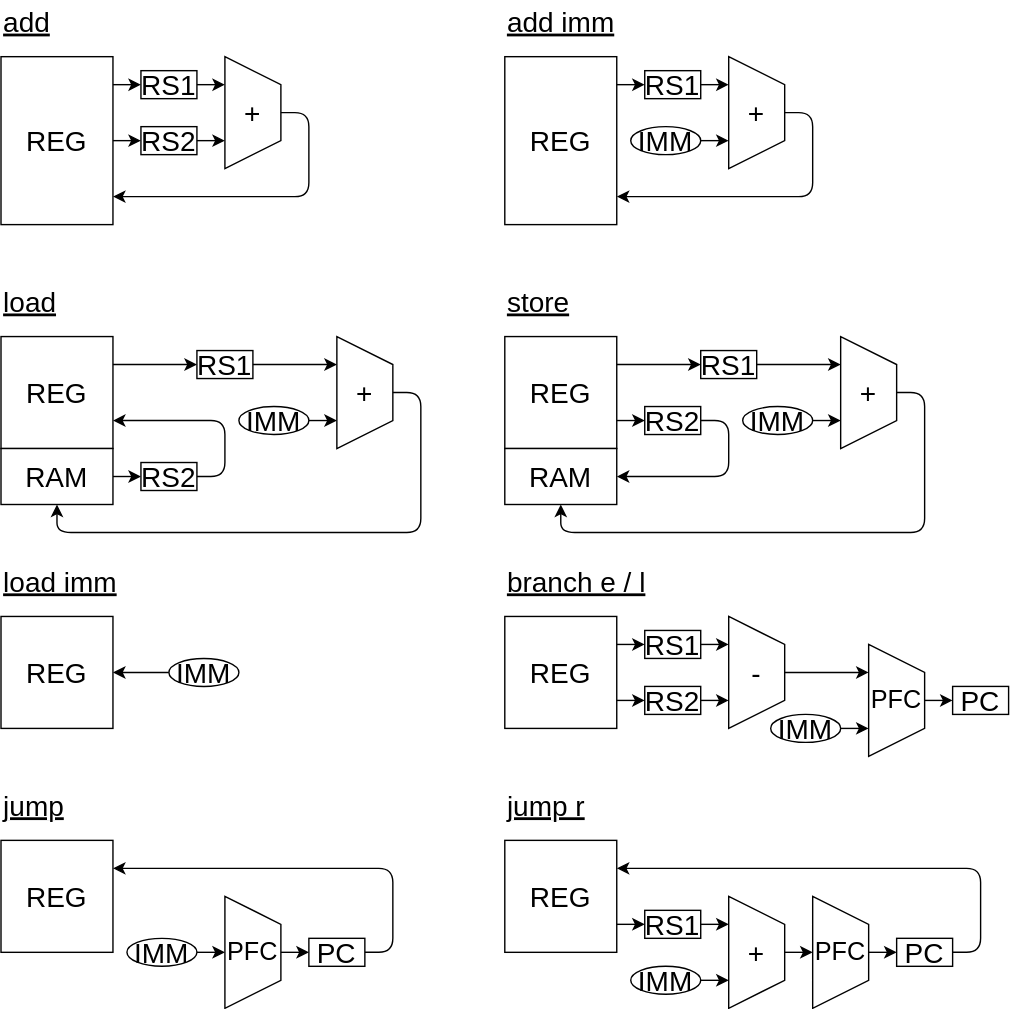
Before: Lab/Computer/Micon/01_CPU/img/decode.dio.svg, a diagram exported from draw.io (amane-uehara/kanade-k-1228.github.io). Source tidied: cells renumbered, new cells last; positions are measured from the earlier drawing's top-left corner, leaving out a move shared by most shapes.
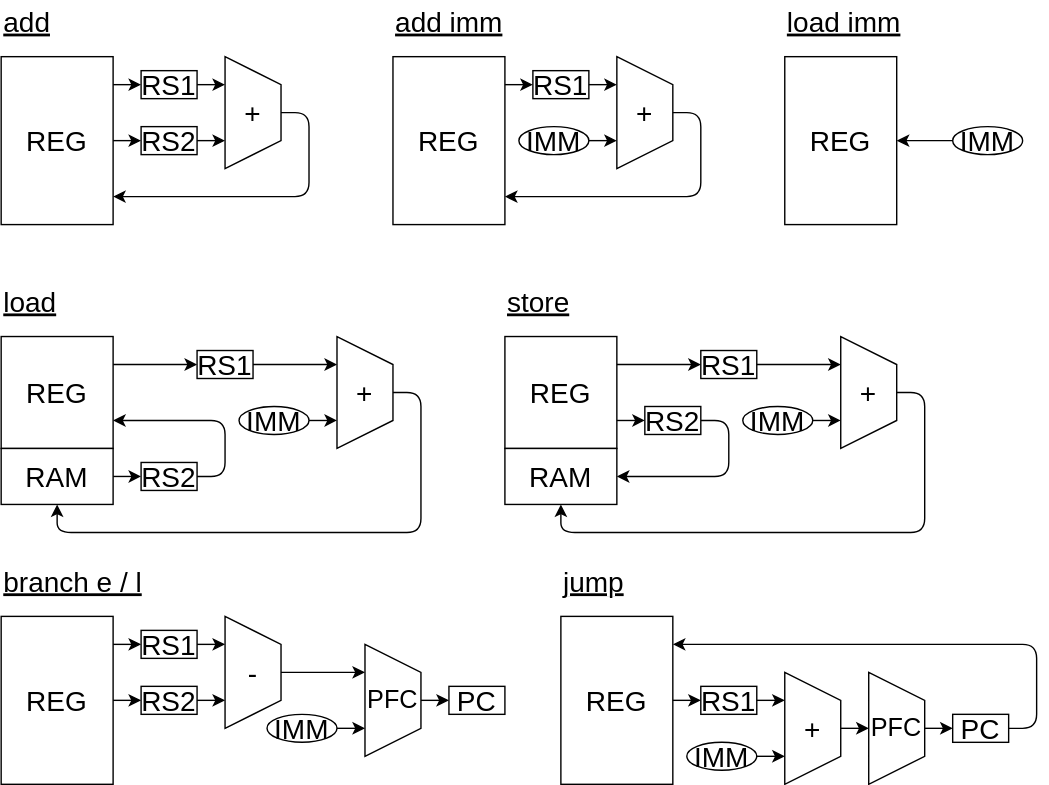
After the commit.

What changed in the source:
```diff
@@ -22,10 +22,10 @@
       </mxGeometry>
     </mxCell>
     <mxCell id="6" value="add imm" style="text;html=1;strokeColor=none;fillColor=none;align=left;verticalAlign=middle;whiteSpace=wrap;rounded=0;fontSize=20;fontStyle=4;" parent="1" vertex="1">
-      <mxGeometry x="360" width="80" height="30" as="geometry" />
+      <mxGeometry x="280" width="80" height="30" as="geometry" />
     </mxCell>
     <mxCell id="7" value="REG" style="rounded=0;whiteSpace=wrap;html=1;fontSize=20;" parent="1" vertex="1">
-      <mxGeometry x="360" y="40" width="80" height="120" as="geometry" />
+      <mxGeometry x="280" y="40" width="80" height="120" as="geometry" />
     </mxCell>
     <mxCell id="8" value="load" style="text;html=1;strokeColor=none;fillColor=none;align=left;verticalAlign=middle;whiteSpace=wrap;rounded=0;fontSize=20;fontStyle=4;" parent="1" vertex="1">
       <mxGeometry y="200" width="80" height="30" as="geometry" />
@@ -56,148 +56,114 @@
       <mxGeometry x="360" y="200" width="80" height="30" as="geometry" />
     </mxCell>
     <mxCell id="14" value="load imm" style="text;html=1;strokeColor=none;fillColor=none;align=left;verticalAlign=middle;whiteSpace=wrap;rounded=0;fontSize=20;fontStyle=4;" parent="1" vertex="1">
-      <mxGeometry y="400" width="100" height="30" as="geometry" />
+      <mxGeometry x="560" width="100" height="30" as="geometry" />
     </mxCell>
     <mxCell id="15" value="REG" style="rounded=0;whiteSpace=wrap;html=1;fontSize=20;" parent="1" vertex="1">
-      <mxGeometry y="440" width="80" height="80" as="geometry" />
+      <mxGeometry x="560" y="40" width="80" height="120" as="geometry" />
     </mxCell>
     <mxCell id="16" style="endArrow=classic;html=1;fontSize=20;" parent="1" edge="1">
       <mxGeometry relative="1" as="geometry">
-        <mxPoint x="120" y="480" as="sourcePoint" />
-        <mxPoint x="80" y="480" as="targetPoint" />
+        <mxPoint x="680" y="100" as="sourcePoint" />
+        <mxPoint x="640" y="100" as="targetPoint" />
       </mxGeometry>
     </mxCell>
     <mxCell id="17" value="branch e / l" style="text;html=1;strokeColor=none;fillColor=none;align=left;verticalAlign=middle;whiteSpace=wrap;rounded=0;fontSize=20;fontStyle=4;" parent="1" vertex="1">
-      <mxGeometry x="360" y="400" width="120" height="30" as="geometry" />
+      <mxGeometry y="400" width="120" height="30" as="geometry" />
     </mxCell>
     <mxCell id="18" value="REG" style="rounded=0;whiteSpace=wrap;html=1;fontSize=20;" parent="1" vertex="1">
-      <mxGeometry x="360" y="440" width="80" height="80" as="geometry" />
+      <mxGeometry y="440" width="80" height="120" as="geometry" />
     </mxCell>
     <mxCell id="19" value="RS1" style="rounded=0;whiteSpace=wrap;html=1;fontSize=20;" parent="1" vertex="1">
-      <mxGeometry x="460" y="450" width="40" height="20" as="geometry" />
+      <mxGeometry x="100" y="450" width="40" height="20" as="geometry" />
     </mxCell>
     <mxCell id="20" style="endArrow=classic;html=1;fontSize=20;" parent="1" edge="1">
       <mxGeometry relative="1" as="geometry">
-        <mxPoint x="440" y="460" as="sourcePoint" />
-        <mxPoint x="460" y="460" as="targetPoint" />
+        <mxPoint x="80" y="460" as="sourcePoint" />
+        <mxPoint x="100" y="460" as="targetPoint" />
       </mxGeometry>
     </mxCell>
     <mxCell id="21" value="-" style="shape=trapezoid;perimeter=trapezoidPerimeter;whiteSpace=wrap;html=1;fixedSize=1;fontSize=20;direction=south;" parent="1" vertex="1">
-      <mxGeometry x="520" y="440" width="40" height="80" as="geometry" />
+      <mxGeometry x="160" y="440" width="40" height="80" as="geometry" />
     </mxCell>
     <mxCell id="22" style="endArrow=classic;html=1;fontSize=20;" parent="1" edge="1">
       <mxGeometry relative="1" as="geometry">
-        <mxPoint x="440" y="500" as="sourcePoint" />
-        <mxPoint x="460" y="500" as="targetPoint" />
+        <mxPoint x="80" y="500" as="sourcePoint" />
+        <mxPoint x="100" y="500" as="targetPoint" />
       </mxGeometry>
     </mxCell>
     <mxCell id="23" style="endArrow=classic;html=1;fontSize=20;" parent="1" edge="1">
       <mxGeometry relative="1" as="geometry">
-        <mxPoint x="500" y="460" as="sourcePoint" />
-        <mxPoint x="520" y="460" as="targetPoint" />
+        <mxPoint x="140" y="460" as="sourcePoint" />
+        <mxPoint x="160" y="460" as="targetPoint" />
       </mxGeometry>
     </mxCell>
     <mxCell id="24" value="RS2" style="rounded=0;whiteSpace=wrap;html=1;fontSize=20;" parent="1" vertex="1">
-      <mxGeometry x="460" y="490" width="40" height="20" as="geometry" />
+      <mxGeometry x="100" y="490" width="40" height="20" as="geometry" />
     </mxCell>
     <mxCell id="25" style="endArrow=classic;html=1;fontSize=20;" parent="1" edge="1">
       <mxGeometry relative="1" as="geometry">
-        <mxPoint x="500" y="500" as="sourcePoint" />
-        <mxPoint x="520" y="500" as="targetPoint" />
+        <mxPoint x="140" y="500" as="sourcePoint" />
+        <mxPoint x="160" y="500" as="targetPoint" />
       </mxGeometry>
     </mxCell>
     <mxCell id="26" value="PFC" style="shape=trapezoid;perimeter=trapezoidPerimeter;whiteSpace=wrap;html=1;fixedSize=1;fontSize=18;direction=south;" parent="1" vertex="1">
-      <mxGeometry x="620" y="460" width="40" height="80" as="geometry" />
+      <mxGeometry x="260" y="460" width="40" height="80" as="geometry" />
     </mxCell>
     <mxCell id="27" style="endArrow=classic;html=1;fontSize=20;" parent="1" edge="1">
       <mxGeometry relative="1" as="geometry">
-        <mxPoint x="560" y="480" as="sourcePoint" />
-        <mxPoint x="620" y="480" as="targetPoint" />
+        <mxPoint x="200" y="480" as="sourcePoint" />
+        <mxPoint x="260" y="480" as="targetPoint" />
       </mxGeometry>
     </mxCell>
     <mxCell id="28" style="endArrow=classic;html=1;fontSize=20;" parent="1" edge="1">
       <mxGeometry relative="1" as="geometry">
-        <mxPoint x="600" y="520" as="sourcePoint" />
-        <mxPoint x="620" y="520" as="targetPoint" />
+        <mxPoint x="240" y="520" as="sourcePoint" />
+        <mxPoint x="260" y="520" as="targetPoint" />
       </mxGeometry>
     </mxCell>
     <mxCell id="29" style="endArrow=classic;html=1;fontSize=20;" parent="1" edge="1">
       <mxGeometry relative="1" as="geometry">
-        <mxPoint x="660" y="500" as="sourcePoint" />
-        <mxPoint x="680" y="500" as="targetPoint" />
+        <mxPoint x="300" y="500" as="sourcePoint" />
+        <mxPoint x="320" y="500" as="targetPoint" />
       </mxGeometry>
     </mxCell>
     <mxCell id="30" value="PC" style="rounded=0;whiteSpace=wrap;html=1;fontSize=20;" parent="1" vertex="1">
-      <mxGeometry x="680" y="490" width="40" height="20" as="geometry" />
+      <mxGeometry x="320" y="490" width="40" height="20" as="geometry" />
     </mxCell>
-    <mxCell id="31" value="jump" style="text;html=1;strokeColor=none;fillColor=none;align=left;verticalAlign=middle;whiteSpace=wrap;rounded=0;fontSize=20;fontStyle=4;" parent="1" vertex="1">
-      <mxGeometry y="560" width="80" height="30" as="geometry" />
-    </mxCell>
-    <mxCell id="32" value="REG" style="rounded=0;whiteSpace=wrap;html=1;fontSize=20;" parent="1" vertex="1">
-      <mxGeometry y="600" width="80" height="80" as="geometry" />
-    </mxCell>
-    <mxCell id="33" value="PFC" style="shape=trapezoid;perimeter=trapezoidPerimeter;whiteSpace=wrap;html=1;fixedSize=1;fontSize=18;direction=south;" parent="1" vertex="1">
-      <mxGeometry x="160" y="640" width="40" height="80" as="geometry" />
-    </mxCell>
-    <mxCell id="34" style="endArrow=classic;html=1;fontSize=20;" parent="1" edge="1">
-      <mxGeometry relative="1" as="geometry">
-        <mxPoint x="260" y="680" as="sourcePoint" />
-        <mxPoint x="80" y="620" as="targetPoint" />
-        <Array as="points">
-          <mxPoint x="280" y="680" />
-          <mxPoint x="280" y="620" />
-        </Array>
-      </mxGeometry>
-    </mxCell>
-    <mxCell id="35" style="endArrow=classic;html=1;fontSize=20;" parent="1" edge="1">
-      <mxGeometry relative="1" as="geometry">
-        <mxPoint x="140" y="680" as="sourcePoint" />
-        <mxPoint x="160" y="680" as="targetPoint" />
-      </mxGeometry>
-    </mxCell>
-    <mxCell id="36" style="endArrow=classic;html=1;fontSize=20;" parent="1" edge="1">
-      <mxGeometry relative="1" as="geometry">
-        <mxPoint x="200" y="680" as="sourcePoint" />
-        <mxPoint x="220" y="680" as="targetPoint" />
-      </mxGeometry>
-    </mxCell>
-    <mxCell id="37" value="PC" style="rounded=0;whiteSpace=wrap;html=1;fontSize=20;" parent="1" vertex="1">
-      <mxGeometry x="220" y="670" width="40" height="20" as="geometry" />
-    </mxCell>
-    <mxCell id="38" value="jump r" style="text;html=1;strokeColor=none;fillColor=none;align=left;verticalAlign=middle;whiteSpace=wrap;rounded=0;fontSize=20;fontStyle=4;" parent="1" vertex="1">
-      <mxGeometry x="360" y="560" width="80" height="30" as="geometry" />
+    <mxCell id="38" value="jump" style="text;html=1;strokeColor=none;fillColor=none;align=left;verticalAlign=middle;whiteSpace=wrap;rounded=0;fontSize=20;fontStyle=4;" parent="1" vertex="1">
+      <mxGeometry x="400" y="400" width="80" height="30" as="geometry" />
     </mxCell>
     <mxCell id="39" value="REG" style="rounded=0;whiteSpace=wrap;html=1;fontSize=20;" parent="1" vertex="1">
-      <mxGeometry x="360" y="600" width="80" height="80" as="geometry" />
+      <mxGeometry x="400" y="440" width="80" height="120" as="geometry" />
     </mxCell>
     <mxCell id="40" value="+" style="shape=trapezoid;perimeter=trapezoidPerimeter;whiteSpace=wrap;html=1;fixedSize=1;fontSize=20;direction=south;" parent="1" vertex="1">
-      <mxGeometry x="520" y="640" width="40" height="80" as="geometry" />
+      <mxGeometry x="560" y="480" width="40" height="80" as="geometry" />
     </mxCell>
     <mxCell id="41" value="PFC" style="shape=trapezoid;perimeter=trapezoidPerimeter;whiteSpace=wrap;html=1;fixedSize=1;fontSize=18;direction=south;" parent="1" vertex="1">
-      <mxGeometry x="580" y="640" width="40" height="80" as="geometry" />
+      <mxGeometry x="620" y="480" width="40" height="80" as="geometry" />
     </mxCell>
     <mxCell id="42" style="endArrow=classic;html=1;fontSize=20;" parent="1" edge="1">
       <mxGeometry relative="1" as="geometry">
-        <mxPoint x="560" y="680" as="sourcePoint" />
-        <mxPoint x="580" y="680" as="targetPoint" />
+        <mxPoint x="600" y="520" as="sourcePoint" />
+        <mxPoint x="620" y="520" as="targetPoint" />
       </mxGeometry>
     </mxCell>
     <mxCell id="43" style="endArrow=classic;html=1;fontSize=20;" parent="1" edge="1">
       <mxGeometry relative="1" as="geometry">
-        <mxPoint x="620" y="680" as="sourcePoint" />
-        <mxPoint x="640" y="680" as="targetPoint" />
+        <mxPoint x="660" y="520" as="sourcePoint" />
+        <mxPoint x="680" y="520" as="targetPoint" />
       </mxGeometry>
     </mxCell>
     <mxCell id="44" value="PC" style="rounded=0;whiteSpace=wrap;html=1;fontSize=20;" parent="1" vertex="1">
-      <mxGeometry x="640" y="670" width="40" height="20" as="geometry" />
+      <mxGeometry x="680" y="510" width="40" height="20" as="geometry" />
     </mxCell>
     <mxCell id="45" style="endArrow=classic;html=1;fontSize=20;" parent="1" edge="1">
       <mxGeometry relative="1" as="geometry">
-        <mxPoint x="680" y="680" as="sourcePoint" />
-        <mxPoint x="440" y="620" as="targetPoint" />
+        <mxPoint x="720" y="520" as="sourcePoint" />
+        <mxPoint x="480" y="460" as="targetPoint" />
         <Array as="points">
-          <mxPoint x="700" y="680" />
-          <mxPoint x="700" y="620" />
+          <mxPoint x="740" y="520" />
+          <mxPoint x="740" y="460" />
         </Array>
       </mxGeometry>
     </mxCell>
@@ -232,37 +198,37 @@
       </mxGeometry>
     </mxCell>
     <mxCell id="52" value="+" style="shape=trapezoid;perimeter=trapezoidPerimeter;whiteSpace=wrap;html=1;fixedSize=1;fontSize=20;direction=south;" parent="1" vertex="1">
-      <mxGeometry x="520" y="40" width="40" height="80" as="geometry" />
+      <mxGeometry x="440" y="40" width="40" height="80" as="geometry" />
     </mxCell>
     <mxCell id="53" style="endArrow=classic;html=1;fontSize=20;" parent="1" edge="1">
       <mxGeometry relative="1" as="geometry">
-        <mxPoint x="560" y="80" as="sourcePoint" />
-        <mxPoint x="440" y="140" as="targetPoint" />
+        <mxPoint x="480" y="80" as="sourcePoint" />
+        <mxPoint x="360" y="140" as="targetPoint" />
         <Array as="points">
-          <mxPoint x="580" y="80" />
-          <mxPoint x="580" y="140" />
+          <mxPoint x="500" y="80" />
+          <mxPoint x="500" y="140" />
         </Array>
       </mxGeometry>
     </mxCell>
     <mxCell id="54" value="RS1" style="rounded=0;whiteSpace=wrap;html=1;fontSize=20;" parent="1" vertex="1">
-      <mxGeometry x="460" y="50" width="40" height="20" as="geometry" />
+      <mxGeometry x="380" y="50" width="40" height="20" as="geometry" />
     </mxCell>
     <mxCell id="55" style="endArrow=classic;html=1;fontSize=20;" parent="1" edge="1">
       <mxGeometry relative="1" as="geometry">
-        <mxPoint x="440" y="60" as="sourcePoint" />
-        <mxPoint x="460" y="60" as="targetPoint" />
+        <mxPoint x="360" y="60" as="sourcePoint" />
+        <mxPoint x="380" y="60" as="targetPoint" />
       </mxGeometry>
     </mxCell>
     <mxCell id="56" style="endArrow=classic;html=1;fontSize=20;" parent="1" edge="1">
       <mxGeometry relative="1" as="geometry">
-        <mxPoint x="500" y="60" as="sourcePoint" />
-        <mxPoint x="520" y="60" as="targetPoint" />
+        <mxPoint x="420" y="60" as="sourcePoint" />
+        <mxPoint x="440" y="60" as="targetPoint" />
       </mxGeometry>
     </mxCell>
     <mxCell id="57" style="endArrow=classic;html=1;fontSize=20;" parent="1" edge="1">
       <mxGeometry relative="1" as="geometry">
-        <mxPoint x="500" y="100" as="sourcePoint" />
-        <mxPoint x="520" y="100" as="targetPoint" />
+        <mxPoint x="420" y="100" as="sourcePoint" />
+        <mxPoint x="440" y="100" as="targetPoint" />
       </mxGeometry>
     </mxCell>
     <mxCell id="58" value="+" style="shape=trapezoid;perimeter=trapezoidPerimeter;whiteSpace=wrap;html=1;fixedSize=1;fontSize=20;direction=south;" parent="1" vertex="1">
@@ -304,24 +270,24 @@
       </mxGeometry>
     </mxCell>
     <mxCell id="65" value="RS1" style="rounded=0;whiteSpace=wrap;html=1;fontSize=20;" parent="1" vertex="1">
-      <mxGeometry x="460" y="650" width="40" height="20" as="geometry" />
+      <mxGeometry x="500" y="490" width="40" height="20" as="geometry" />
     </mxCell>
     <mxCell id="66" style="endArrow=classic;html=1;fontSize=20;" parent="1" edge="1">
       <mxGeometry relative="1" as="geometry">
-        <mxPoint x="440" y="660" as="sourcePoint" />
-        <mxPoint x="460" y="660" as="targetPoint" />
+        <mxPoint x="480" y="500" as="sourcePoint" />
+        <mxPoint x="500" y="500" as="targetPoint" />
       </mxGeometry>
     </mxCell>
     <mxCell id="67" style="endArrow=classic;html=1;fontSize=20;" parent="1" edge="1">
       <mxGeometry relative="1" as="geometry">
-        <mxPoint x="500" y="660" as="sourcePoint" />
-        <mxPoint x="520" y="660" as="targetPoint" />
+        <mxPoint x="540" y="500" as="sourcePoint" />
+        <mxPoint x="560" y="500" as="targetPoint" />
       </mxGeometry>
     </mxCell>
     <mxCell id="68" style="endArrow=classic;html=1;fontSize=20;" parent="1" edge="1">
       <mxGeometry relative="1" as="geometry">
-        <mxPoint x="500" y="700" as="sourcePoint" />
-        <mxPoint x="520" y="700" as="targetPoint" />
+        <mxPoint x="540" y="540" as="sourcePoint" />
+        <mxPoint x="560" y="540" as="targetPoint" />
       </mxGeometry>
     </mxCell>
     <mxCell id="69" value="REG" style="rounded=0;whiteSpace=wrap;html=1;fontSize=20;" parent="1" vertex="1">
@@ -388,22 +354,19 @@
       <mxGeometry x="170" y="290" width="50" height="20" as="geometry" />
     </mxCell>
     <mxCell id="81" value="IMM" style="ellipse;whiteSpace=wrap;html=1;fontSize=20;" parent="1" vertex="1">
-      <mxGeometry x="450" y="90" width="50" height="20" as="geometry" />
+      <mxGeometry x="370" y="90" width="50" height="20" as="geometry" />
     </mxCell>
     <mxCell id="82" value="IMM" style="ellipse;whiteSpace=wrap;html=1;fontSize=20;" parent="1" vertex="1">
       <mxGeometry x="530" y="290" width="50" height="20" as="geometry" />
     </mxCell>
     <mxCell id="83" value="IMM" style="ellipse;whiteSpace=wrap;html=1;fontSize=20;" parent="1" vertex="1">
-      <mxGeometry x="120" y="470" width="50" height="20" as="geometry" />
+      <mxGeometry x="680" y="90" width="50" height="20" as="geometry" />
     </mxCell>
     <mxCell id="84" value="IMM" style="ellipse;whiteSpace=wrap;html=1;fontSize=20;" parent="1" vertex="1">
-      <mxGeometry x="550" y="510" width="50" height="20" as="geometry" />
+      <mxGeometry x="190" y="510" width="50" height="20" as="geometry" />
     </mxCell>
-    <mxCell id="85" value="IMM" style="ellipse;whiteSpace=wrap;html=1;fontSize=20;" parent="1" vertex="1">
-      <mxGeometry x="90" y="670" width="50" height="20" as="geometry" />
-    </mxCell>
     <mxCell id="86" value="IMM" style="ellipse;whiteSpace=wrap;html=1;fontSize=20;" parent="1" vertex="1">
-      <mxGeometry x="450" y="690" width="50" height="20" as="geometry" />
+      <mxGeometry x="490" y="530" width="50" height="20" as="geometry" />
     </mxCell>
   </root>
 </mxGraphModel>
```
